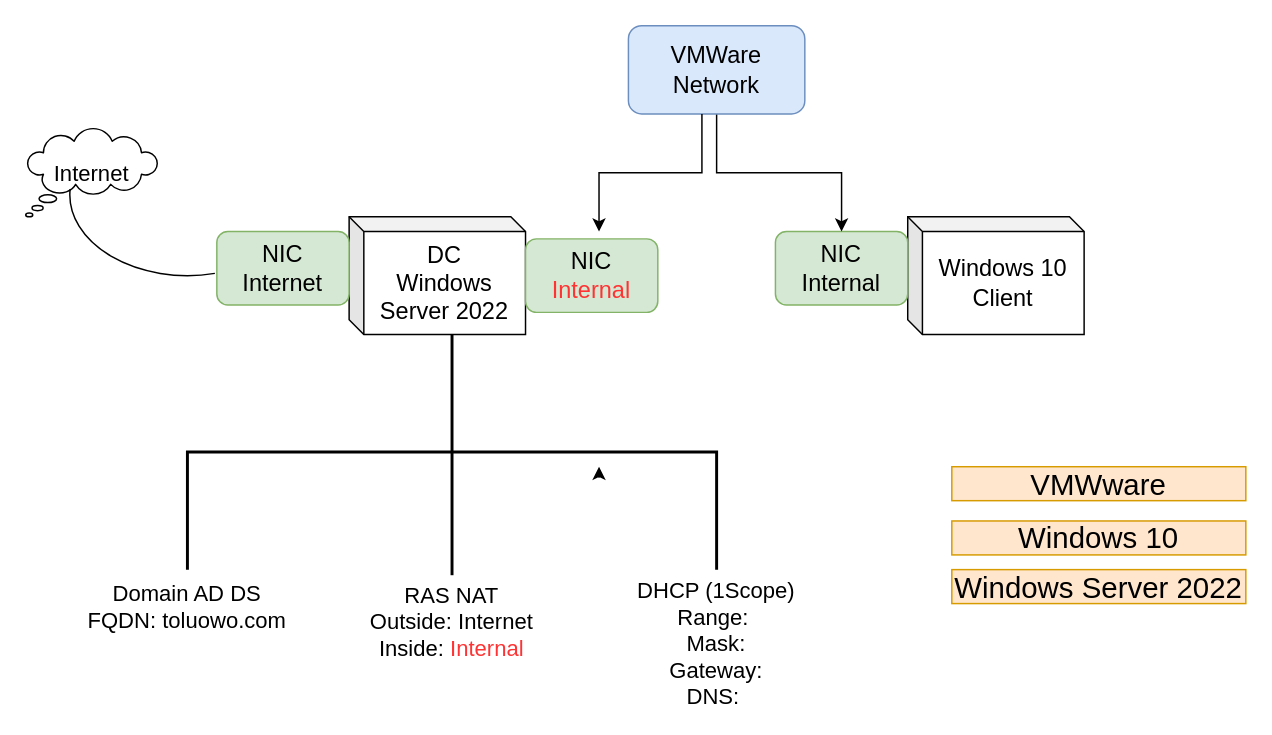
Before: ActiveDirectory.drawio in Toluowo/active-directory-lab, a draw.io diagram. Source tidied: cells renumbered, new cells numbered last; positions are measured from the earlier drawing's top-left corner, leaving out a move shared by most shapes. Both pictures are drawn from the tidied source at 147%, with x=0, y=0 at pixel (25, 25).
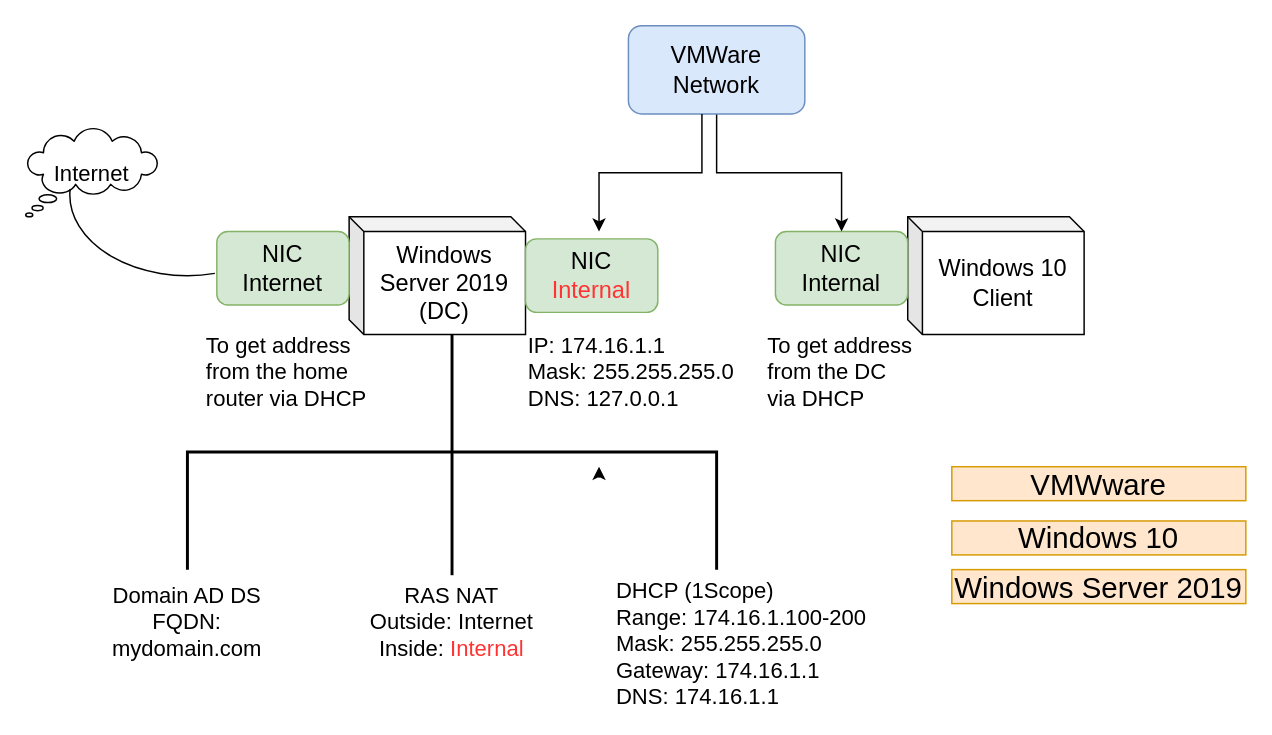
Above is the later version.

What changed in the source:
```diff
@@
-    <mxCell id="2" value="DC&lt;div&gt;Windows Server 2022&lt;/div&gt;" style="shape=cube;whiteSpace=wrap;html=1;boundedLbl=1;backgroundOutline=1;darkOpacity=0.05;darkOpacity2=0.1;size=10;fontSize=16;" parent="1" vertex="1">
+    <mxCell id="2" value="&lt;div&gt;Windows Server 2019&lt;/div&gt;&lt;div&gt;(DC)&lt;/div&gt;" style="shape=cube;whiteSpace=wrap;html=1;boundedLbl=1;backgroundOutline=1;darkOpacity=0.05;darkOpacity2=0.1;size=10;fontSize=16;" parent="1" vertex="1">
       <mxGeometry x="220" y="130" width="120" height="80" as="geometry" />
     </mxCell>
@@
-    <mxCell id="15" value="Domain AD DS&lt;div&gt;FQDN: toluowo.com&lt;/div&gt;" style="text;html=1;align=center;verticalAlign=middle;whiteSpace=wrap;rounded=0;fontSize=15;" parent="1" vertex="1">
-      <mxGeometry x="40" y="370" width="140" height="50" as="geometry" />
+    <mxCell id="15" value="Domain AD DS&lt;div&gt;FQDN: mydomain.com&lt;/div&gt;" style="text;html=1;align=center;verticalAlign=middle;whiteSpace=wrap;rounded=0;fontSize=15;" parent="1" vertex="1">
+      <mxGeometry x="40" y="380" width="140" height="50" as="geometry" />
     </mxCell>
@@
-    <mxCell id="17" value="DHCP (1Scope)&lt;div&gt;Range:&amp;nbsp;&lt;/div&gt;&lt;div&gt;Mask:&lt;/div&gt;&lt;div&gt;Gateway:&lt;/div&gt;&lt;div&gt;DNS:&amp;nbsp;&lt;/div&gt;" style="text;html=1;align=center;verticalAlign=middle;whiteSpace=wrap;rounded=0;fontSize=15;" parent="1" vertex="1">
-      <mxGeometry x="400" y="380" width="140" height="80" as="geometry" />
+    <mxCell id="17" value="DHCP (1Scope)&lt;div&gt;Range: 174.16.1.100-200&lt;/div&gt;&lt;div&gt;Mask: 255.255.255.0&lt;/div&gt;&lt;div&gt;Gateway: 174.16.1.1&lt;/div&gt;&lt;div&gt;DNS:&amp;nbsp;&lt;span style=&quot;background-color: transparent; color: light-dark(rgb(0, 0, 0), rgb(255, 255, 255));&quot;&gt;174.16.1.1&lt;/span&gt;&lt;/div&gt;" style="text;html=1;align=left;verticalAlign=middle;whiteSpace=wrap;rounded=0;fontSize=15;" parent="1" vertex="1">
+      <mxGeometry x="400" y="380" width="180" height="80" as="geometry" />
     </mxCell>
@@
-    <mxCell id="21" value="Windows Server 2022" style="rounded=0;whiteSpace=wrap;html=1;fontSize=20;fillColor=#ffe6cc;strokeColor=#d79b00;" parent="1" vertex="1">
+    <mxCell id="21" value="Windows Server 2019" style="rounded=0;whiteSpace=wrap;html=1;fontSize=20;fillColor=#ffe6cc;strokeColor=#d79b00;" parent="1" vertex="1">
       <mxGeometry x="630" y="370" width="200" height="23.1" as="geometry" />
     </mxCell>
+    <mxCell id="22" value="To get address from the DC via DHCP" style="text;html=1;align=left;verticalAlign=middle;whiteSpace=wrap;rounded=0;fontSize=15;" parent="1" vertex="1">
+      <mxGeometry x="502.5" y="210" width="105" height="50" as="geometry" />
+    </mxCell>
+    <mxCell id="23" value="&lt;div&gt;IP: 174.16.1.1&lt;/div&gt;&lt;div&gt;Mask: 255.255.255.0&lt;/div&gt;&lt;div&gt;&lt;span style=&quot;background-color: transparent; color: light-dark(rgb(0, 0, 0), rgb(255, 255, 255));&quot;&gt;DNS: 127.0.0.1&lt;/span&gt;&lt;/div&gt;" style="text;html=1;align=left;verticalAlign=middle;whiteSpace=wrap;rounded=0;fontSize=15;" parent="1" vertex="1">
+      <mxGeometry x="340" y="195" width="152.5" height="80" as="geometry" />
+    </mxCell>
+    <mxCell id="24" value="To get address from the home router via DHCP" style="text;html=1;align=left;verticalAlign=middle;whiteSpace=wrap;rounded=0;fontSize=15;" parent="1" vertex="1">
+      <mxGeometry x="120.6" y="210" width="127.5" height="50" as="geometry" />
+    </mxCell>
```
